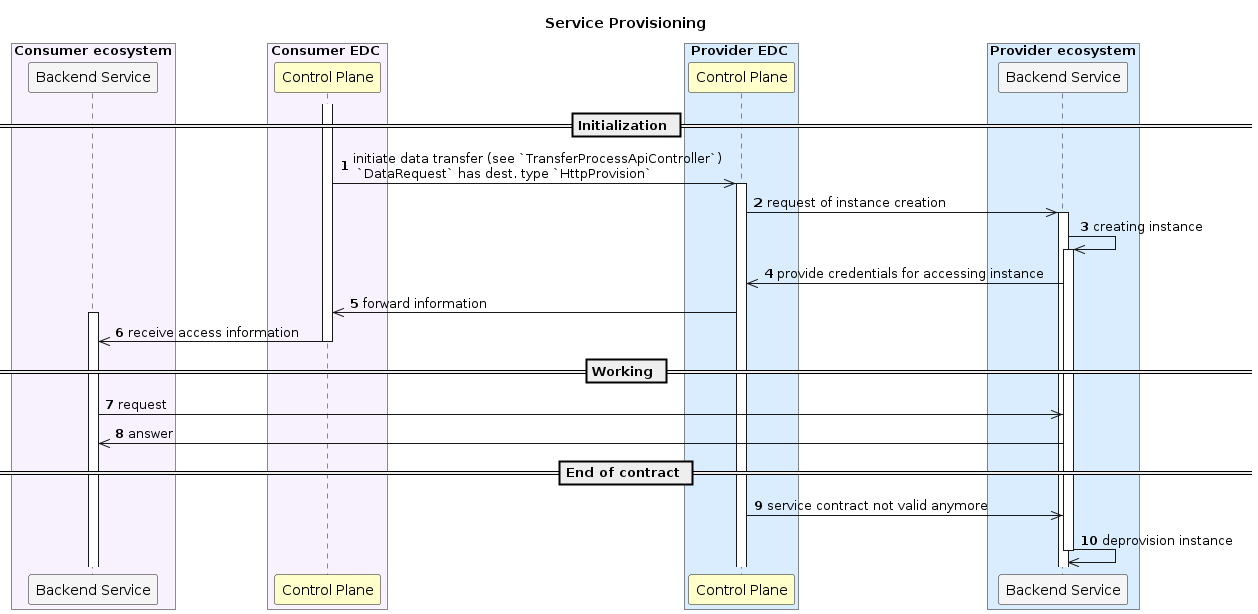
Before: docs/service-provisioning.png, a diagram exported from PlantUML (reisman234/workflow-api).
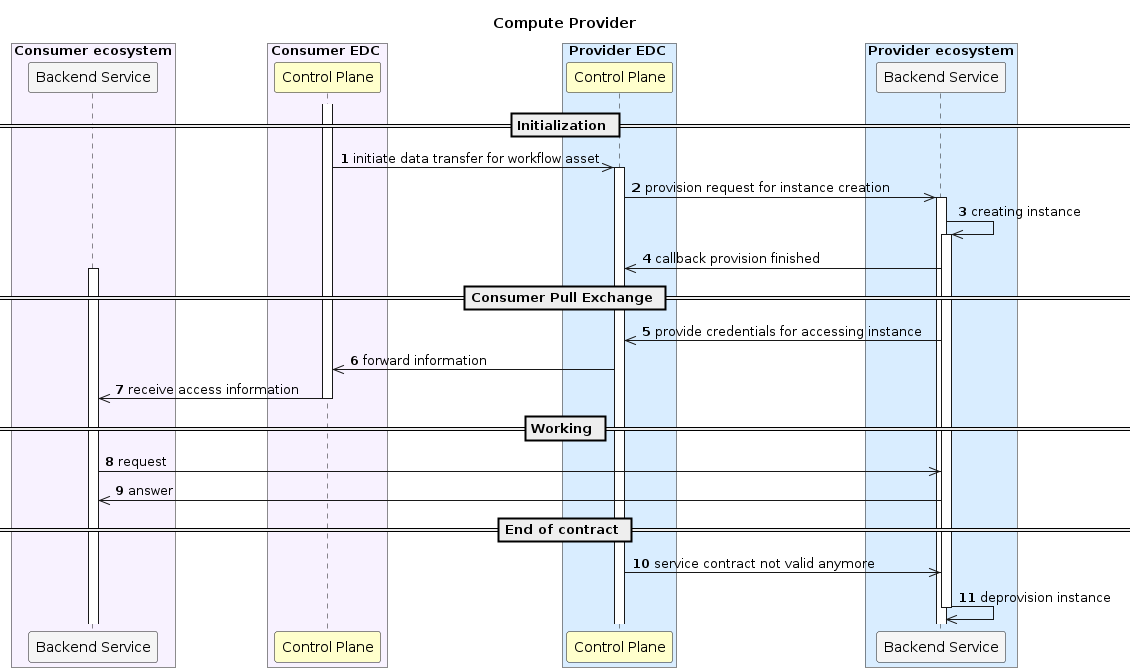
Later version of the same file.

Diff of the diagram source:
```diff
@@ -32,21 +32,24 @@
 end box
 
 title
- **Service Provisioning**
+ **Compute Provider**
 end title
 autonumber 1
 == Initialization ==
 
 activate CCP
-CCP ->> PCP : initiate data transfer (see `TransferProcessApiController`)\n `DataRequest` has dest. type `HttpProvision`
+CCP ->> PCP : initiate data transfer for workflow asset
 activate PCP
-PCP ->> PBE : request of instance creation
+PCP ->> PBE : provision request for instance creation
 activate PBE
 PBE->>PBE: creating instance
 activate PBE
+PBE ->> PCP: callback provision finished
+activate CBE
+== Consumer Pull Exchange ==
 PBE->>PCP: provide credentials for accessing instance
 PCP->>CCP: forward information
-activate CBE
+
 CCP->>CBE: receive access information
 deactivate CCP
 
```
